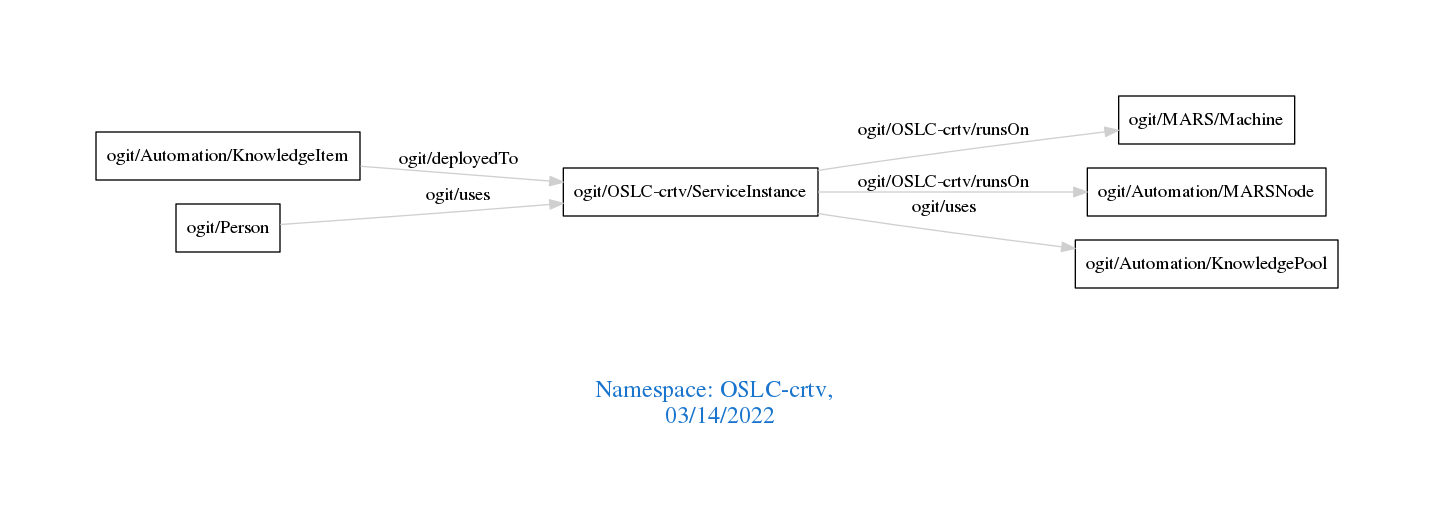
arago/OGIT keeps this Graphviz diagram as downloads/OSLC-crtv.png. Above is the earlier version. Its source is kept beside it as downloads/OSLC-crtv.dot.
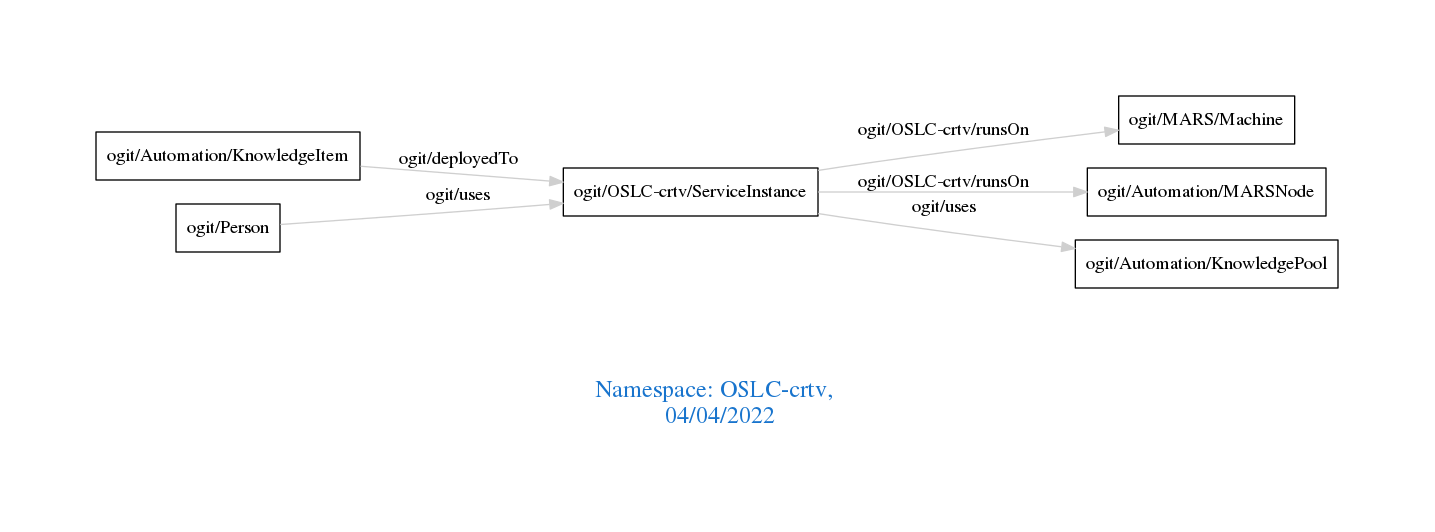
The same diagram one commit later.

What changed in the source:
```diff
@@ -1,7 +1,7 @@
 digraph OGIT_ontology {
  graph [ rankdir= LR,pad=1
 fontsize = 18,
-fontcolor= dodgerblue3,label = "\n\n\nNamespace: OSLC-crtv, \n 03/14/2022"];
+fontcolor= dodgerblue3,label = "\n\n\nNamespace: OSLC-crtv, \n 04/04/2022"];
 node[shape=polygon];
 edge [  color="gray81"];
 
```
